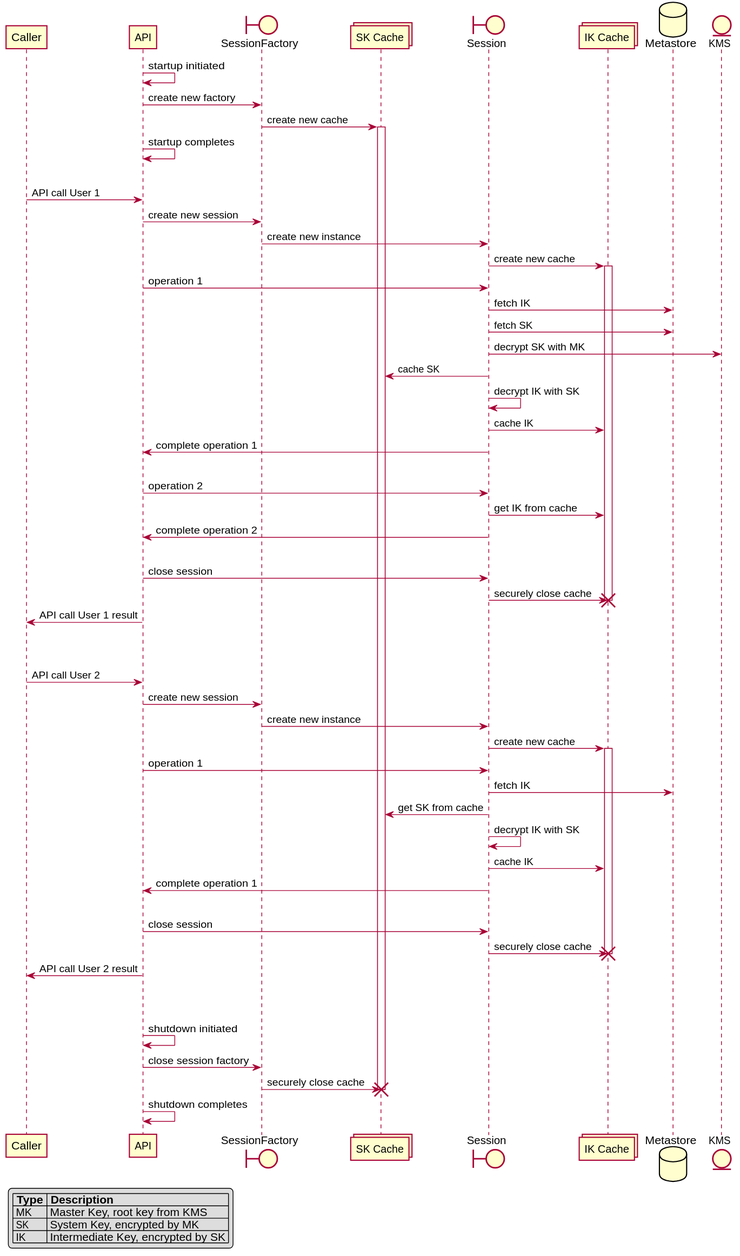
Earlier version of the PlantUML export docs/images/cache_lifecycles.svg (godaddy/asherah).
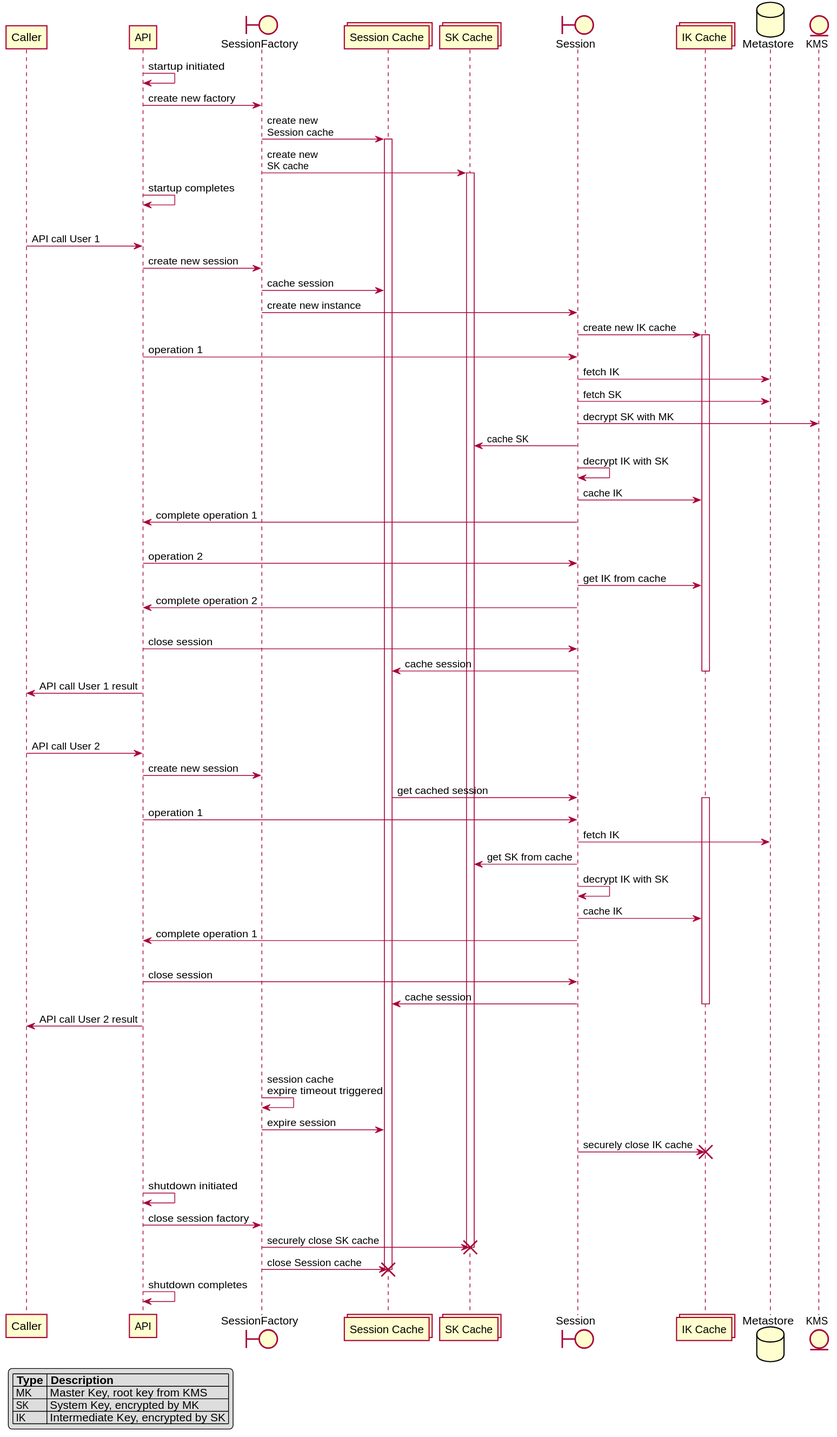
Above is the later version.

Diff of the diagram source:
```diff
@@ -22,7 +22,7 @@
 API -> API : startup initiated
 API -> SessionFactory : create new factory
 SessionFactory -> "Session Cache" : create new \nSession cache
-activate "SK Cache"
+activate "Session Cache"
 SessionFactory -> "SK Cache" : create new \nSK cache
 activate "SK Cache"
 API -> API : startup completes
@@ -65,7 +65,7 @@
 |||
 API -> Session : close session
 Session -> "Session Cache" : cache session
-deactivate "Session Cache"
+deactivate "IK Cache"
 API -> Caller : API call User 2 result
 |||
 |||
```
